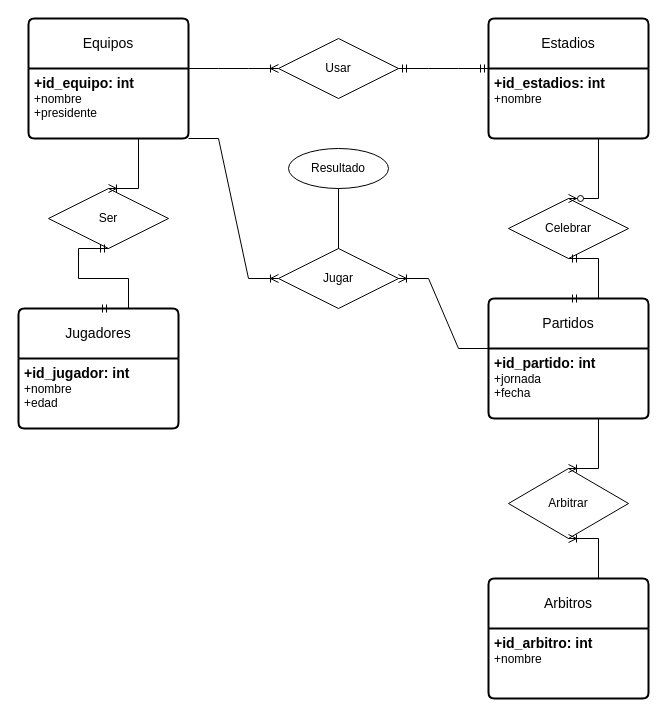
This is ejercicio10.drawio from AsierGArranz/aga-sru-sa-t-UD12DiagramaER-11102023, a draw.io file, before an edit. Source tidied: cells renumbered, new cells numbered last; positions are measured from the earlier drawing's top-left corner, leaving out a move shared by most shapes. Both pictures are drawn from the tidied source at 100%, with x=0, y=0 at pixel (18, 18).
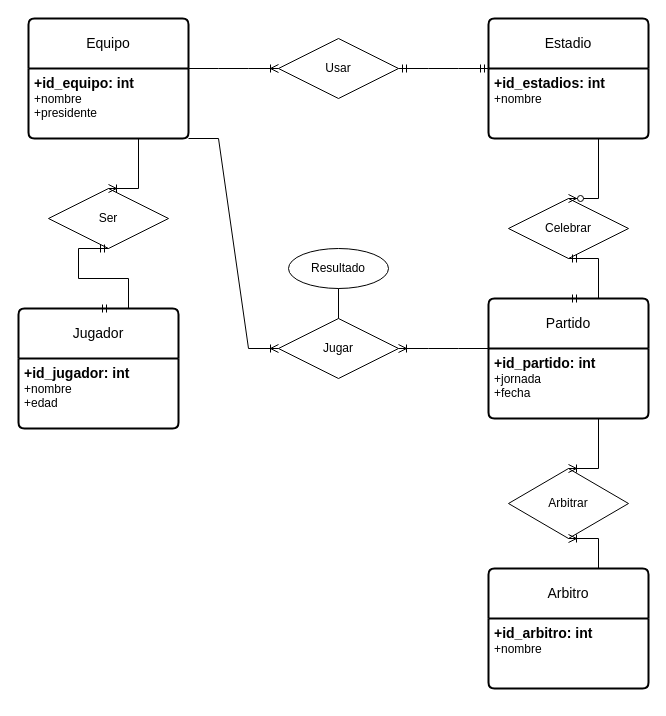
Above is the later version.

What changed in the source:
```diff
@@
-    <mxCell id="2" value="Jugadores" style="swimlane;horizontal=1;startSize=50;rounded=1;fontSize=14;fontStyle=0;strokeWidth=2;shadow=0;dashed=0;align=center;arcSize=4;whiteSpace=wrap;html=1;" parent="1" vertex="1">
+    <mxCell id="2" value="Jugador" style="swimlane;horizontal=1;startSize=50;rounded=1;fontSize=14;fontStyle=0;strokeWidth=2;shadow=0;dashed=0;align=center;arcSize=4;whiteSpace=wrap;html=1;" parent="1" vertex="1">
       <mxGeometry y="290" width="160" height="120" as="geometry" />
     </mxCell>
@@
-    <mxCell id="4" value="Equipos" style="swimlane;horizontal=1;startSize=50;rounded=1;fontSize=14;fontStyle=0;strokeWidth=2;shadow=0;dashed=0;align=center;arcSize=4;whiteSpace=wrap;html=1;" parent="1" vertex="1">
+    <mxCell id="4" value="Equipo" style="swimlane;horizontal=1;startSize=50;rounded=1;fontSize=14;fontStyle=0;strokeWidth=2;shadow=0;dashed=0;align=center;arcSize=4;whiteSpace=wrap;html=1;" parent="1" vertex="1">
       <mxGeometry x="10" width="160" height="120" as="geometry" />
     </mxCell>
@@
-    <mxCell id="6" value="Estadios" style="swimlane;horizontal=1;startSize=50;rounded=1;fontSize=14;fontStyle=0;strokeWidth=2;shadow=0;dashed=0;align=center;arcSize=4;whiteSpace=wrap;html=1;" parent="1" vertex="1">
+    <mxCell id="6" value="Estadio" style="swimlane;horizontal=1;startSize=50;rounded=1;fontSize=14;fontStyle=0;strokeWidth=2;shadow=0;dashed=0;align=center;arcSize=4;whiteSpace=wrap;html=1;" parent="1" vertex="1">
       <mxGeometry x="470" width="160" height="120" as="geometry" />
     </mxCell>
@@
-    <mxCell id="8" value="Arbitros" style="swimlane;horizontal=1;startSize=50;rounded=1;fontSize=14;fontStyle=0;strokeWidth=2;shadow=0;dashed=0;align=center;arcSize=4;whiteSpace=wrap;html=1;" parent="1" vertex="1">
-      <mxGeometry x="470" y="560" width="160" height="120" as="geometry" />
+    <mxCell id="8" value="Arbitro" style="swimlane;horizontal=1;startSize=50;rounded=1;fontSize=14;fontStyle=0;strokeWidth=2;shadow=0;dashed=0;align=center;arcSize=4;whiteSpace=wrap;html=1;" parent="1" vertex="1">
+      <mxGeometry x="470" y="550" width="160" height="120" as="geometry" />
     </mxCell>
@@
-    <mxCell id="10" value="Partidos" style="swimlane;horizontal=1;startSize=50;rounded=1;fontSize=14;fontStyle=0;strokeWidth=2;shadow=0;dashed=0;align=center;arcSize=4;whiteSpace=wrap;html=1;" parent="1" vertex="1">
+    <mxCell id="10" value="Partido" style="swimlane;horizontal=1;startSize=50;rounded=1;fontSize=14;fontStyle=0;strokeWidth=2;shadow=0;dashed=0;align=center;arcSize=4;whiteSpace=wrap;html=1;" parent="1" vertex="1">
       <mxGeometry x="470" y="280" width="160" height="120" as="geometry" />
     </mxCell>
@@
     <mxCell id="18" value="Jugar" style="shape=rhombus;perimeter=rhombusPerimeter;whiteSpace=wrap;html=1;align=center;" parent="1" vertex="1">
-      <mxGeometry x="260" y="230" width="120" height="60" as="geometry" />
+      <mxGeometry x="260" y="300" width="120" height="60" as="geometry" />
     </mxCell>
@@
     <mxCell id="25" value="Resultado" style="ellipse;whiteSpace=wrap;html=1;align=center;" parent="1" vertex="1">
-      <mxGeometry x="270" y="130" width="100" height="40" as="geometry" />
+      <mxGeometry x="270" y="230" width="100" height="40" as="geometry" />
     </mxCell>
```
